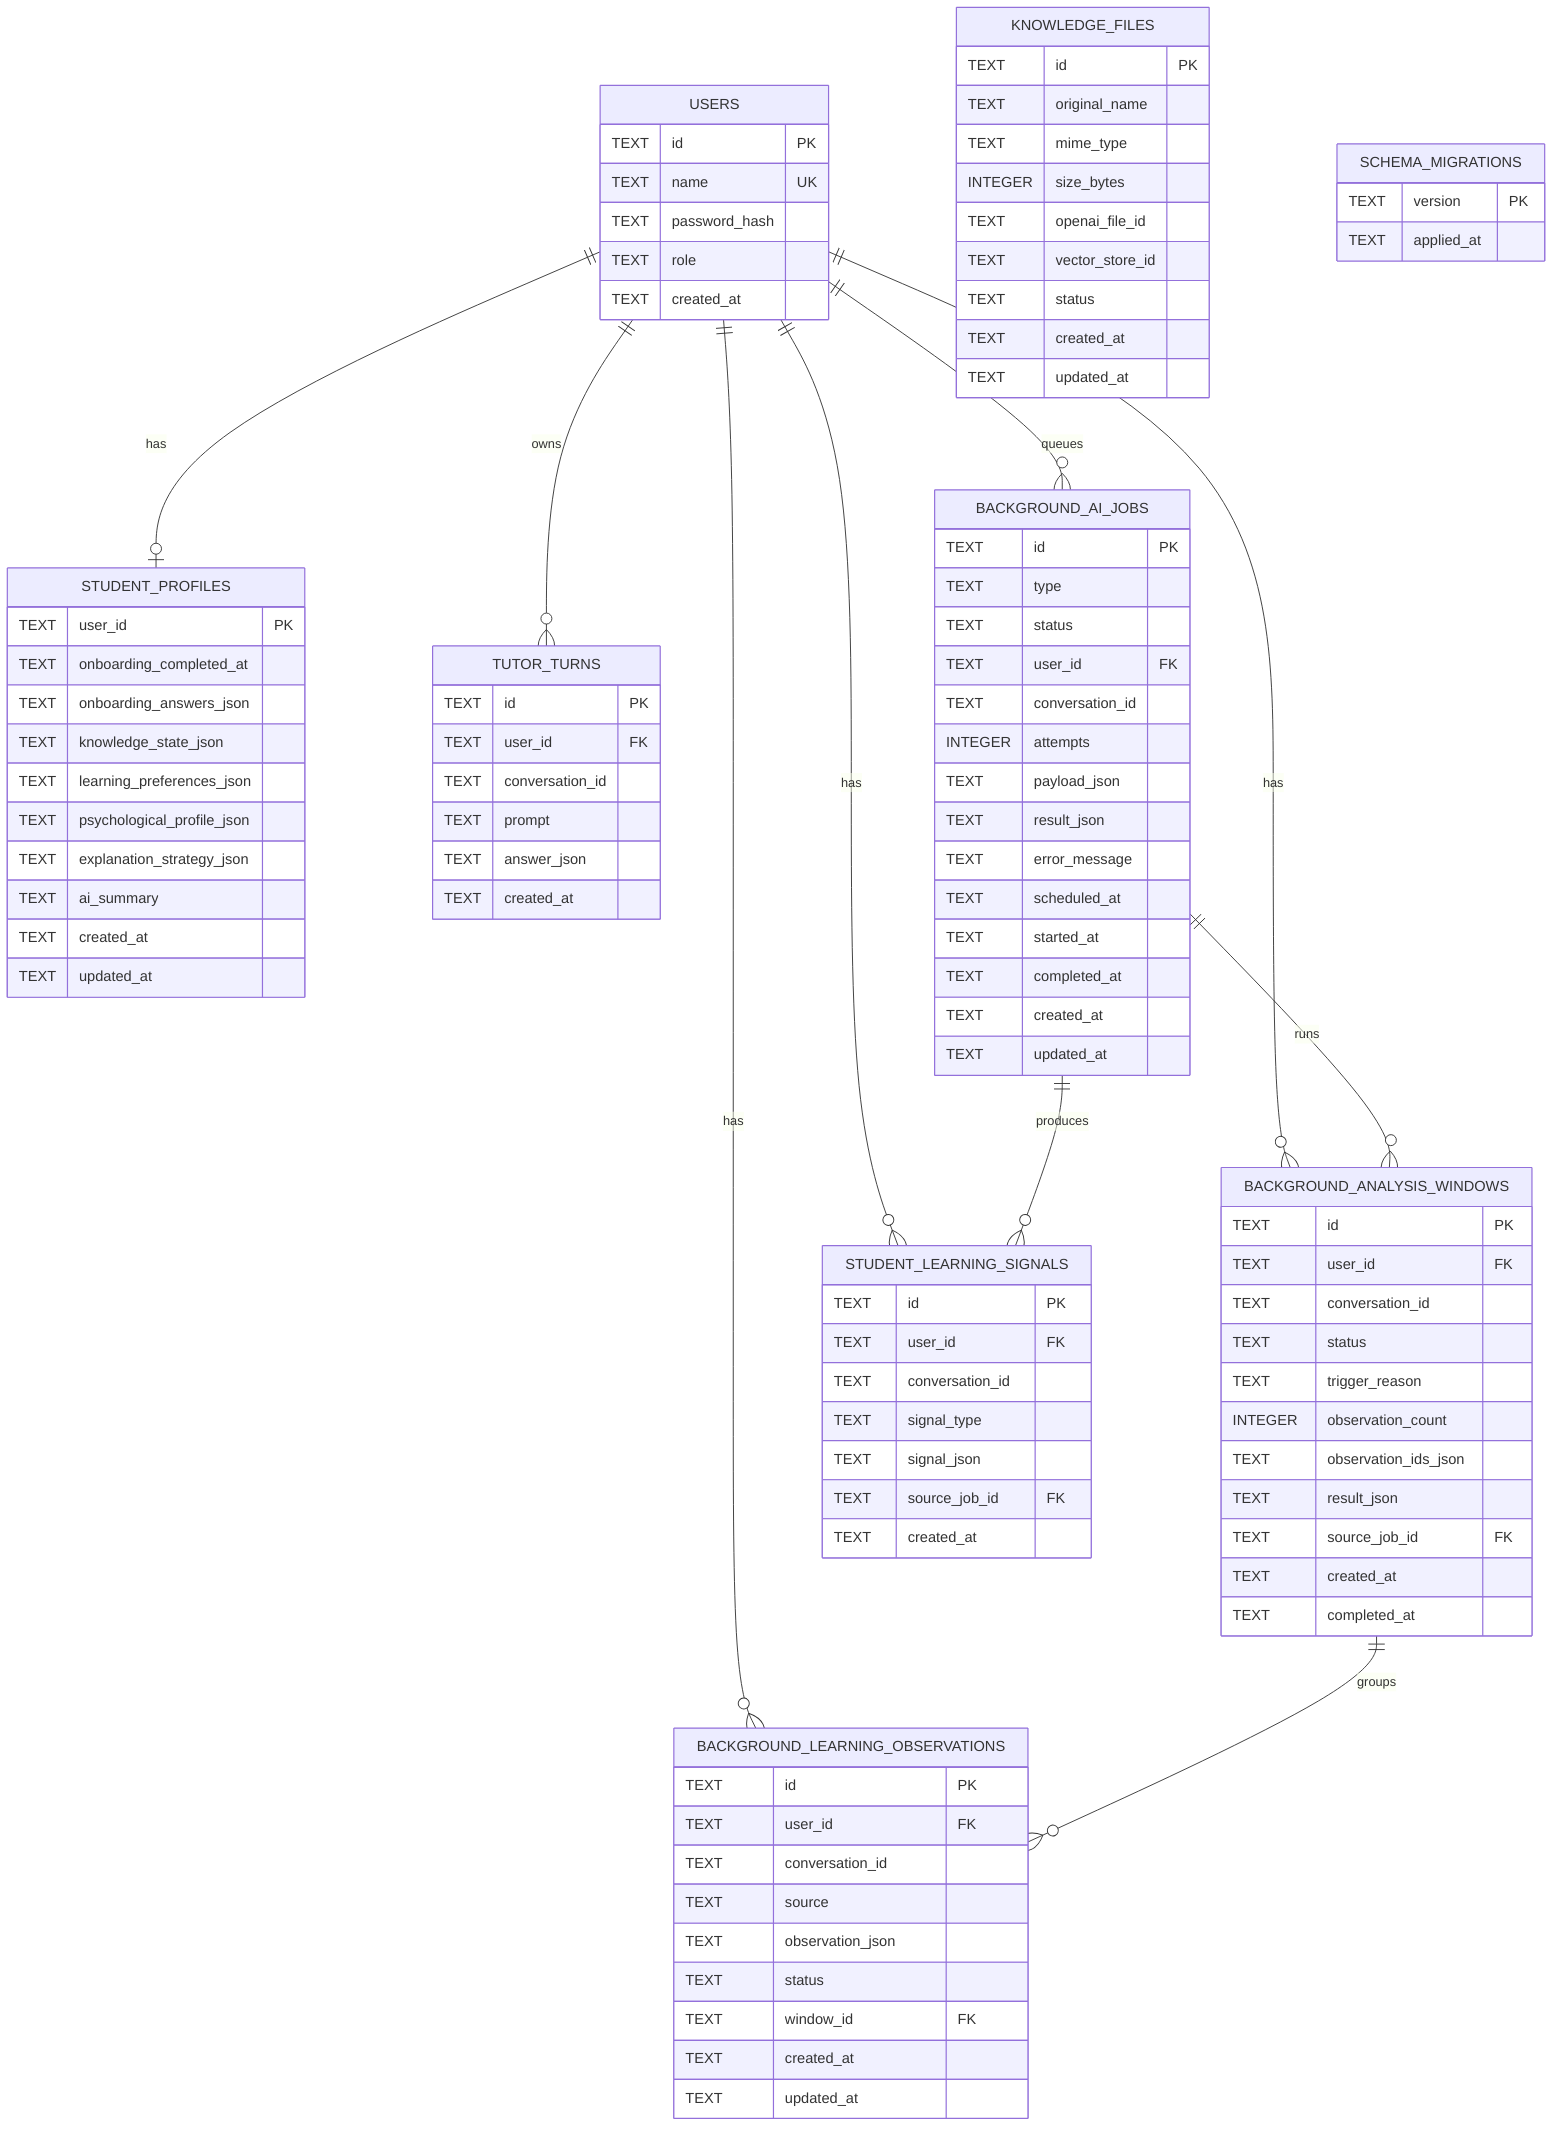
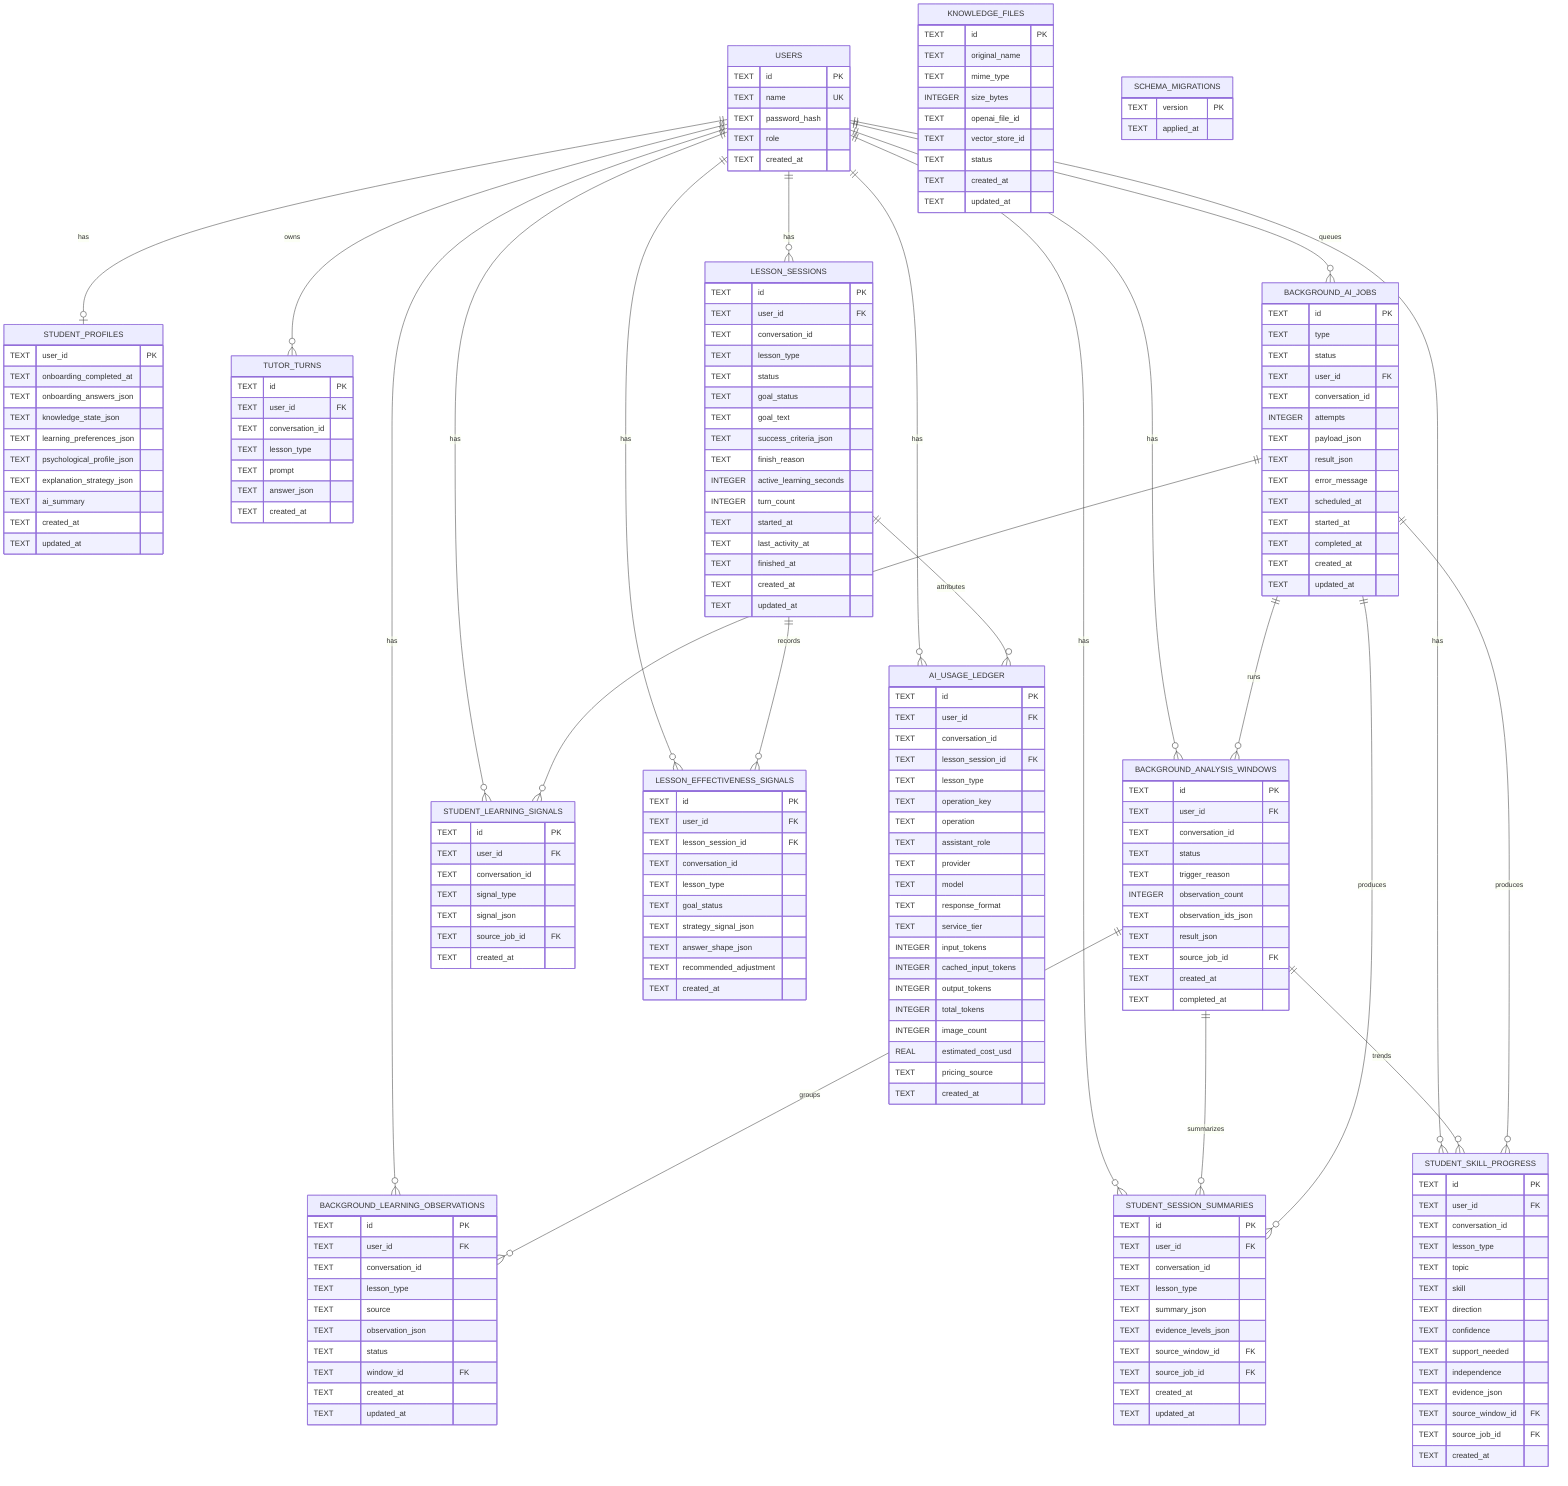
erDiagram
  USERS {
    TEXT id PK
    TEXT name UK
    TEXT password_hash
    TEXT role
    TEXT created_at
  }

  KNOWLEDGE_FILES {
    TEXT id PK
    TEXT original_name
    TEXT mime_type
    INTEGER size_bytes
    TEXT openai_file_id
    TEXT vector_store_id
    TEXT status
    TEXT created_at
    TEXT updated_at
  }

  SCHEMA_MIGRATIONS {
    TEXT version PK
    TEXT applied_at
  }

  STUDENT_PROFILES {
    TEXT user_id PK
    TEXT onboarding_completed_at
    TEXT onboarding_answers_json
    TEXT knowledge_state_json
    TEXT learning_preferences_json
    TEXT psychological_profile_json
    TEXT explanation_strategy_json
    TEXT ai_summary
    TEXT created_at
    TEXT updated_at
  }

  TUTOR_TURNS {
    TEXT id PK
    TEXT user_id FK
    TEXT conversation_id
+     TEXT lesson_type
    TEXT prompt
    TEXT answer_json
    TEXT created_at
  }

  BACKGROUND_AI_JOBS {
    TEXT id PK
    TEXT type
    TEXT status
    TEXT user_id FK
    TEXT conversation_id
    INTEGER attempts
    TEXT payload_json
    TEXT result_json
    TEXT error_message
    TEXT scheduled_at
    TEXT started_at
    TEXT completed_at
    TEXT created_at
    TEXT updated_at
  }

  BACKGROUND_LEARNING_OBSERVATIONS {
    TEXT id PK
    TEXT user_id FK
    TEXT conversation_id
+     TEXT lesson_type
    TEXT source
    TEXT observation_json
    TEXT status
    TEXT window_id FK
    TEXT created_at
    TEXT updated_at
  }

  BACKGROUND_ANALYSIS_WINDOWS {
    TEXT id PK
    TEXT user_id FK
    TEXT conversation_id
    TEXT status
    TEXT trigger_reason
    INTEGER observation_count
    TEXT observation_ids_json
    TEXT result_json
    TEXT source_job_id FK
    TEXT created_at
    TEXT completed_at
  }

  STUDENT_LEARNING_SIGNALS {
    TEXT id PK
    TEXT user_id FK
    TEXT conversation_id
    TEXT signal_type
    TEXT signal_json
    TEXT source_job_id FK
+     TEXT created_at
+   }
+ 
+   STUDENT_SESSION_SUMMARIES {
+     TEXT id PK
+     TEXT user_id FK
+     TEXT conversation_id
+     TEXT lesson_type
+     TEXT summary_json
+     TEXT evidence_levels_json
+     TEXT source_window_id FK
+     TEXT source_job_id FK
+     TEXT created_at
+     TEXT updated_at
+   }
+ 
+   STUDENT_SKILL_PROGRESS {
+     TEXT id PK
+     TEXT user_id FK
+     TEXT conversation_id
+     TEXT lesson_type
+     TEXT topic
+     TEXT skill
+     TEXT direction
+     TEXT confidence
+     TEXT support_needed
+     TEXT independence
+     TEXT evidence_json
+     TEXT source_window_id FK
+     TEXT source_job_id FK
+     TEXT created_at
+   }
+ 
+   LESSON_SESSIONS {
+     TEXT id PK
+     TEXT user_id FK
+     TEXT conversation_id
+     TEXT lesson_type
+     TEXT status
+     TEXT goal_status
+     TEXT goal_text
+     TEXT success_criteria_json
+     TEXT finish_reason
+     INTEGER active_learning_seconds
+     INTEGER turn_count
+     TEXT started_at
+     TEXT last_activity_at
+     TEXT finished_at
+     TEXT created_at
+     TEXT updated_at
+   }
+ 
+   LESSON_EFFECTIVENESS_SIGNALS {
+     TEXT id PK
+     TEXT user_id FK
+     TEXT lesson_session_id FK
+     TEXT conversation_id
+     TEXT lesson_type
+     TEXT goal_status
+     TEXT strategy_signal_json
+     TEXT answer_shape_json
+     TEXT recommended_adjustment
+     TEXT created_at
+   }
+ 
+   AI_USAGE_LEDGER {
+     TEXT id PK
+     TEXT user_id FK
+     TEXT conversation_id
+     TEXT lesson_session_id FK
+     TEXT lesson_type
+     TEXT operation_key
+     TEXT operation
+     TEXT assistant_role
+     TEXT provider
+     TEXT model
+     TEXT response_format
+     TEXT service_tier
+     INTEGER input_tokens
+     INTEGER cached_input_tokens
+     INTEGER output_tokens
+     INTEGER total_tokens
+     INTEGER image_count
+     REAL estimated_cost_usd
+     TEXT pricing_source
    TEXT created_at
  }

  USERS ||--o| STUDENT_PROFILES : has
  USERS ||--o{ TUTOR_TURNS : owns
  USERS ||--o{ BACKGROUND_AI_JOBS : queues
  USERS ||--o{ BACKGROUND_LEARNING_OBSERVATIONS : has
  USERS ||--o{ BACKGROUND_ANALYSIS_WINDOWS : has
  USERS ||--o{ STUDENT_LEARNING_SIGNALS : has
+   USERS ||--o{ STUDENT_SESSION_SUMMARIES : has
+   USERS ||--o{ STUDENT_SKILL_PROGRESS : has
+   USERS ||--o{ LESSON_SESSIONS : has
+   USERS ||--o{ LESSON_EFFECTIVENESS_SIGNALS : has
+   USERS ||--o{ AI_USAGE_LEDGER : has
+   LESSON_SESSIONS ||--o{ LESSON_EFFECTIVENESS_SIGNALS : records
+   LESSON_SESSIONS ||--o{ AI_USAGE_LEDGER : attributes
  BACKGROUND_ANALYSIS_WINDOWS ||--o{ BACKGROUND_LEARNING_OBSERVATIONS : groups
+   BACKGROUND_ANALYSIS_WINDOWS ||--o{ STUDENT_SESSION_SUMMARIES : summarizes
+   BACKGROUND_ANALYSIS_WINDOWS ||--o{ STUDENT_SKILL_PROGRESS : trends
  BACKGROUND_AI_JOBS ||--o{ BACKGROUND_ANALYSIS_WINDOWS : runs
  BACKGROUND_AI_JOBS ||--o{ STUDENT_LEARNING_SIGNALS : produces
+   BACKGROUND_AI_JOBS ||--o{ STUDENT_SESSION_SUMMARIES : produces
+   BACKGROUND_AI_JOBS ||--o{ STUDENT_SKILL_PROGRESS : produces
